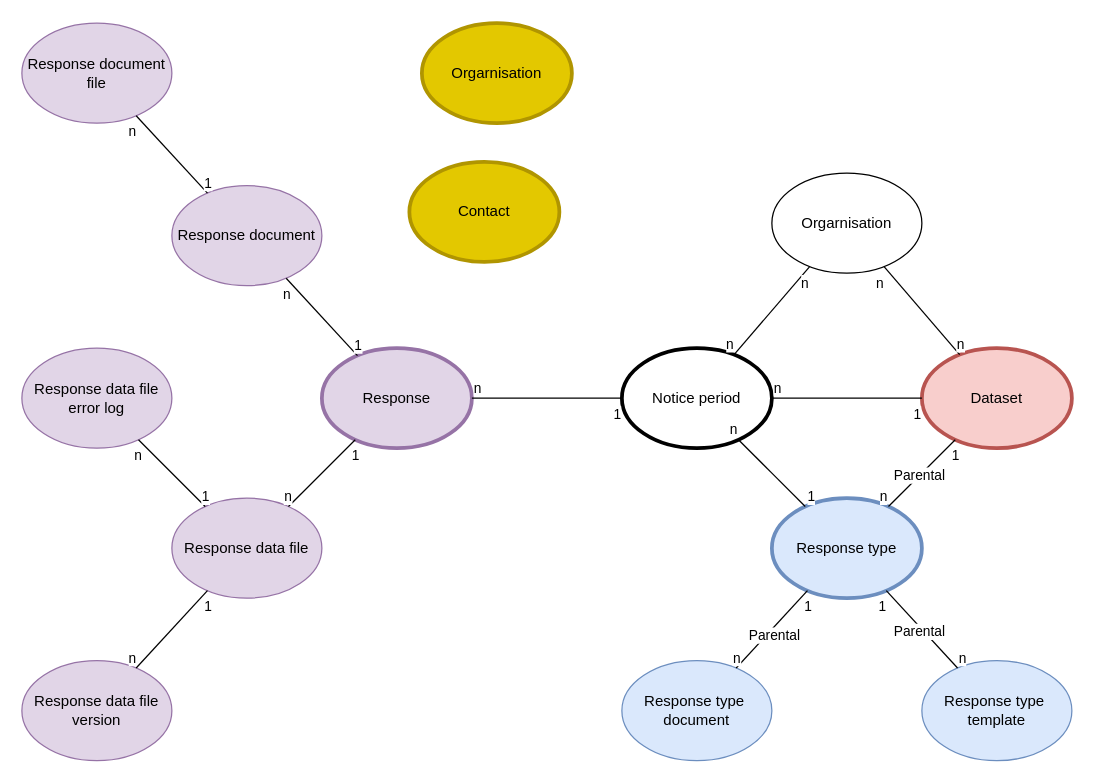
This is page "T-Response" (8 of 13) of Data portal.drawio from danieldotskc/helloworld, a draw.io file, before an edit. Source tidied: cells renumbered, new cells numbered last; positions are measured from the earlier drawing's top-left corner, leaving out a move shared by most shapes. Both pictures are drawn from the tidied source at 125%, with x=0, y=0 at pixel (21, 22).
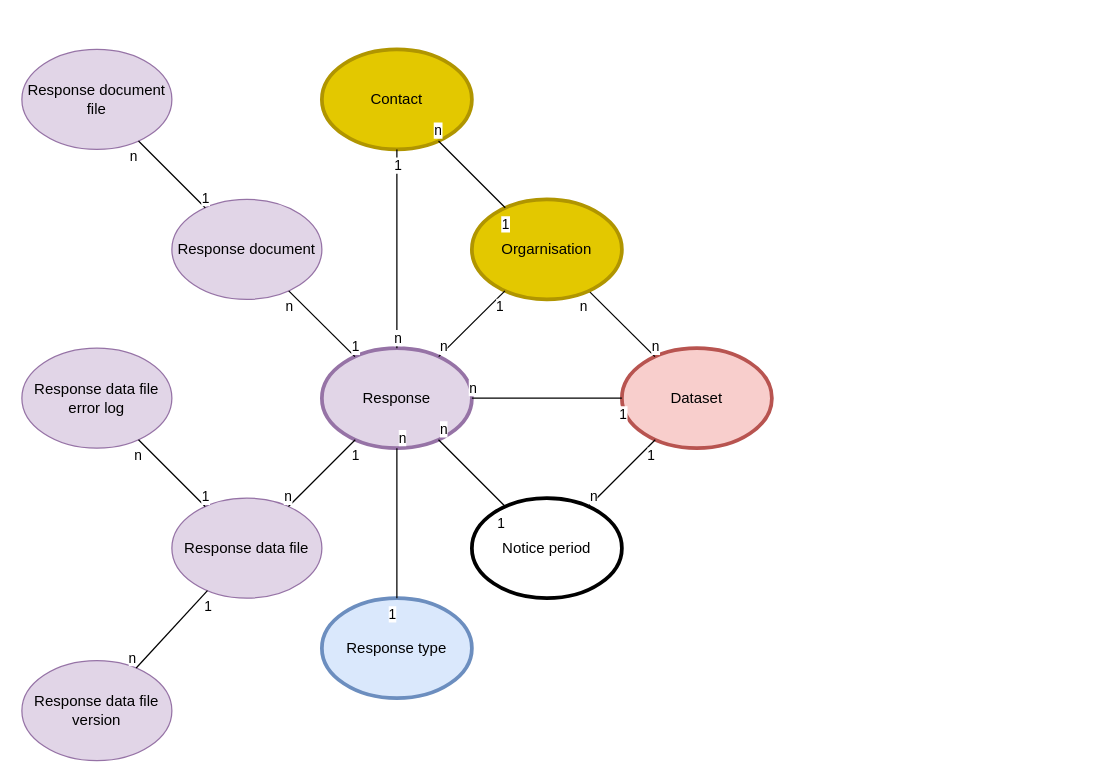
The same page after the edit.

Unchanged cells that the change refers to:
```xml
<mxCell id="32" value="Response" style="ellipse;whiteSpace=wrap;html=1;fillColor=#e1d5e7;strokeColor=#9673a6;strokeWidth=3;" parent="1" vertex="1">
  <mxGeometry x="240" y="260" width="120" height="80" as="geometry" />
</mxCell>
```

The edit, as a diff of the source:
```diff
@@
     <mxCell id="2" value="Dataset" style="ellipse;whiteSpace=wrap;html=1;fillColor=#f8cecc;strokeColor=#b85450;strokeWidth=3;" parent="1" vertex="1">
-      <mxGeometry x="720" y="260" width="120" height="80" as="geometry" />
+      <mxGeometry x="480" y="260" width="120" height="80" as="geometry" />
     </mxCell>
     <mxCell id="3" value="Notice period" style="ellipse;whiteSpace=wrap;html=1;strokeWidth=3;" parent="1" vertex="1">
-      <mxGeometry x="480" y="260" width="120" height="80" as="geometry" />
+      <mxGeometry x="360" y="380" width="120" height="80" as="geometry" />
     </mxCell>
-    <mxCell id="4" value="Orgarnisation" style="ellipse;whiteSpace=wrap;html=1;" parent="1" vertex="1">
-      <mxGeometry x="600" y="120" width="120" height="80" as="geometry" />
-    </mxCell>
     <mxCell id="5" value="Response type" style="ellipse;whiteSpace=wrap;html=1;fillColor=#dae8fc;strokeColor=#6c8ebf;strokeWidth=3;" parent="1" vertex="1">
-      <mxGeometry x="600" y="380" width="120" height="80" as="geometry" />
+      <mxGeometry x="240" y="460" width="120" height="80" as="geometry" />
     </mxCell>
-    <mxCell id="6" value="Response type&amp;nbsp;&lt;div&gt;document&lt;br&gt;&lt;/div&gt;" style="ellipse;whiteSpace=wrap;html=1;fillColor=#dae8fc;strokeColor=#6c8ebf;" parent="1" vertex="1">
-      <mxGeometry x="480" y="510" width="120" height="80" as="geometry" />
-    </mxCell>
-    <mxCell id="7" value="Response type&amp;nbsp;&lt;div&gt;template&lt;/div&gt;" style="ellipse;whiteSpace=wrap;html=1;fillColor=#dae8fc;strokeColor=#6c8ebf;" parent="1" vertex="1">
-      <mxGeometry x="720" y="510" width="120" height="80" as="geometry" />
-    </mxCell>
-    <mxCell id="8" style="endArrow=none;html=1;rounded=0;endFill=0;" parent="1" edge="1" source="2" target="4">
+    <mxCell id="8" style="endArrow=none;html=1;rounded=0;endFill=0;" parent="1" edge="1" source="2" target="56">
       <mxGeometry relative="1" as="geometry" />
     </mxCell>
@@
-    <mxCell id="14" style="endArrow=none;html=1;rounded=0;endFill=0;" parent="1" edge="1" source="2" target="5">
-      <mxGeometry relative="1" as="geometry" />
-    </mxCell>
-    <mxCell id="15" value="1" style="edgeLabel;html=1;align=center;verticalAlign=top;labelPosition=center;verticalLabelPosition=bottom;" parent="14" vertex="1">
-      <mxGeometry x="-1" relative="1" as="geometry" />
-    </mxCell>
-    <mxCell id="16" value="n" style="edgeLabel;html=1;align=right;verticalAlign=bottom;labelPosition=left;verticalLabelPosition=top;" parent="14" vertex="1">
-      <mxGeometry x="1" relative="1" as="geometry" />
-    </mxCell>
-    <mxCell id="17" value="Parental" style="edgeLabel;html=1;align=center;verticalAlign=middle;" parent="14" vertex="1">
-      <mxGeometry x="0.09" y="-1" relative="1" as="geometry" />
-    </mxCell>
-    <mxCell id="18" style="endArrow=none;html=1;rounded=0;endFill=0;" parent="1" edge="1" source="5" target="7">
-      <mxGeometry relative="1" as="geometry" />
-    </mxCell>
-    <mxCell id="19" value="1" style="edgeLabel;html=1;align=right;verticalAlign=top;labelPosition=left;verticalLabelPosition=bottom;" parent="18" vertex="1">
-      <mxGeometry x="-1" relative="1" as="geometry" />
-    </mxCell>
-    <mxCell id="20" value="n" style="edgeLabel;html=1;align=left;verticalAlign=bottom;labelPosition=right;verticalLabelPosition=top;" parent="18" vertex="1">
-      <mxGeometry x="1" relative="1" as="geometry" />
-    </mxCell>
-    <mxCell id="21" value="Parental" style="edgeLabel;html=1;align=center;verticalAlign=middle;" parent="18" vertex="1">
-      <mxGeometry y="-3" relative="1" as="geometry" />
-    </mxCell>
-    <mxCell id="22" style="endArrow=none;html=1;rounded=0;endFill=0;" parent="1" edge="1" source="5" target="6">
-      <mxGeometry relative="1" as="geometry" />
-    </mxCell>
-    <mxCell id="23" value="1" style="edgeLabel;html=1;align=center;verticalAlign=top;labelPosition=center;verticalLabelPosition=bottom;" parent="22" vertex="1">
-      <mxGeometry x="-1" relative="1" as="geometry" />
-    </mxCell>
-    <mxCell id="24" value="n" style="edgeLabel;html=1;align=center;verticalAlign=bottom;labelPosition=center;verticalLabelPosition=top;" parent="22" vertex="1">
-      <mxGeometry x="1" relative="1" as="geometry" />
-    </mxCell>
-    <mxCell id="25" value="Parental" style="edgeLabel;html=1;align=center;verticalAlign=middle;" parent="22" vertex="1">
-      <mxGeometry x="0.04" y="4" relative="1" as="geometry" />
-    </mxCell>
-    <mxCell id="26" style="endArrow=none;html=1;rounded=0;endFill=0;" parent="1" edge="1" source="5" target="3">
-      <mxGeometry relative="1" as="geometry">
-        <Array as="points">
-          <mxPoint x="600" y="360" />
-        </Array>
-      </mxGeometry>
-    </mxCell>
-    <mxCell id="27" value="1" style="edgeLabel;html=1;align=left;verticalAlign=bottom;labelPosition=right;verticalLabelPosition=top;" parent="26" vertex="1">
-      <mxGeometry x="-1" relative="1" as="geometry" />
-    </mxCell>
-    <mxCell id="28" value="n" style="edgeLabel;html=1;align=right;verticalAlign=bottom;labelPosition=left;verticalLabelPosition=top;" parent="26" vertex="1">
-      <mxGeometry x="1" relative="1" as="geometry" />
-    </mxCell>
-    <mxCell id="29" style="endArrow=none;html=1;rounded=0;endFill=0;" parent="1" edge="1" source="3" target="4">
-      <mxGeometry relative="1" as="geometry" />
-    </mxCell>
-    <mxCell id="30" value="n" style="edgeLabel;html=1;align=right;verticalAlign=bottom;labelPosition=left;verticalLabelPosition=top;" parent="29" vertex="1">
-      <mxGeometry x="-1" relative="1" as="geometry" />
-    </mxCell>
-    <mxCell id="31" value="n" style="edgeLabel;html=1;align=right;verticalAlign=top;labelPosition=left;verticalLabelPosition=bottom;" parent="29" vertex="1">
-      <mxGeometry x="1" relative="1" as="geometry" />
-    </mxCell>
@@
     <mxCell id="36" value="Response document" style="ellipse;whiteSpace=wrap;html=1;fillColor=#e1d5e7;strokeColor=#9673a6;" parent="1" vertex="1">
-      <mxGeometry x="120" y="130" width="120" height="80" as="geometry" />
+      <mxGeometry x="120" y="141" width="120" height="80" as="geometry" />
     </mxCell>
     <mxCell id="37" value="Response document file" style="ellipse;whiteSpace=wrap;html=1;fillColor=#e1d5e7;strokeColor=#9673a6;" parent="1" vertex="1">
-      <mxGeometry width="120" height="80" as="geometry" />
+      <mxGeometry y="21" width="120" height="80" as="geometry" />
     </mxCell>
@@
     <mxCell id="56" value="Orgarnisation" style="ellipse;whiteSpace=wrap;html=1;strokeWidth=3;strokeColor=#B09500;fillColor=#e3c800;fontColor=#000000;" parent="1" vertex="1">
-      <mxGeometry x="320" width="120" height="80" as="geometry" />
+      <mxGeometry x="360" y="141" width="120" height="80" as="geometry" />
     </mxCell>
     <mxCell id="57" value="Contact" style="ellipse;whiteSpace=wrap;html=1;strokeWidth=3;strokeColor=#B09500;fillColor=#e3c800;fontColor=#000000;" parent="1" vertex="1">
-      <mxGeometry x="310" y="111" width="120" height="80" as="geometry" />
+      <mxGeometry x="240" y="21" width="120" height="80" as="geometry" />
     </mxCell>
+    <mxCell id="58" style="endArrow=none;html=1;rounded=0;endFill=0;" parent="1" edge="1" source="57" target="32">
+      <mxGeometry relative="1" as="geometry" />
+    </mxCell>
+    <mxCell id="59" value="1" style="edgeLabel;html=1;align=center;verticalAlign=top;labelPosition=center;verticalLabelPosition=bottom;" parent="58" vertex="1">
+      <mxGeometry x="-1" relative="1" as="geometry" />
+    </mxCell>
+    <mxCell id="60" value="n" style="edgeLabel;html=1;align=center;verticalAlign=bottom;labelPosition=center;verticalLabelPosition=top;" parent="58" vertex="1">
+      <mxGeometry x="1" relative="1" as="geometry" />
+    </mxCell>
+    <mxCell id="61" style="endArrow=none;html=1;rounded=0;endFill=0;" parent="1" edge="1" source="56" target="32">
+      <mxGeometry relative="1" as="geometry" />
+    </mxCell>
+    <mxCell id="62" value="1" style="edgeLabel;html=1;align=right;verticalAlign=top;labelPosition=left;verticalLabelPosition=bottom;" parent="61" vertex="1">
+      <mxGeometry x="-1" relative="1" as="geometry" />
+    </mxCell>
+    <mxCell id="63" value="n" style="edgeLabel;html=1;align=left;verticalAlign=bottom;labelPosition=right;verticalLabelPosition=top;" parent="61" vertex="1">
+      <mxGeometry x="1" relative="1" as="geometry" />
+    </mxCell>
+    <mxCell id="64" style="endArrow=none;html=1;rounded=0;endFill=0;" parent="1" edge="1" source="2" target="32">
+      <mxGeometry relative="1" as="geometry" />
+    </mxCell>
+    <mxCell id="65" value="1" style="edgeLabel;html=1;align=center;verticalAlign=top;labelPosition=center;verticalLabelPosition=bottom;" parent="64" vertex="1">
+      <mxGeometry x="-1" relative="1" as="geometry" />
+    </mxCell>
+    <mxCell id="66" value="n" style="edgeLabel;html=1;align=center;verticalAlign=bottom;labelPosition=center;verticalLabelPosition=top;" parent="64" vertex="1">
+      <mxGeometry x="1" relative="1" as="geometry" />
+    </mxCell>
+    <mxCell id="67" style="endArrow=none;html=1;rounded=0;endFill=0;" parent="1" edge="1" source="5" target="32">
+      <mxGeometry relative="1" as="geometry" />
+    </mxCell>
+    <mxCell id="68" value="1" style="edgeLabel;html=1;align=right;verticalAlign=top;labelPosition=left;verticalLabelPosition=bottom;" parent="67" vertex="1">
+      <mxGeometry x="-1" relative="1" as="geometry" />
+    </mxCell>
+    <mxCell id="69" value="n" style="edgeLabel;html=1;align=left;verticalAlign=bottom;labelPosition=right;verticalLabelPosition=top;" parent="67" vertex="1">
+      <mxGeometry x="1" relative="1" as="geometry" />
+    </mxCell>
+    <mxCell id="70" style="endArrow=none;html=1;rounded=0;endFill=0;" parent="1" edge="1" source="56" target="57">
+      <mxGeometry relative="1" as="geometry" />
+    </mxCell>
+    <mxCell id="71" value="1" style="edgeLabel;html=1;align=center;verticalAlign=top;labelPosition=center;verticalLabelPosition=bottom;" parent="70" vertex="1">
+      <mxGeometry x="-1" relative="1" as="geometry" />
+    </mxCell>
+    <mxCell id="72" value="n" style="edgeLabel;html=1;align=center;verticalAlign=bottom;labelPosition=center;verticalLabelPosition=top;" parent="70" vertex="1">
+      <mxGeometry x="1" relative="1" as="geometry" />
+    </mxCell>
```
